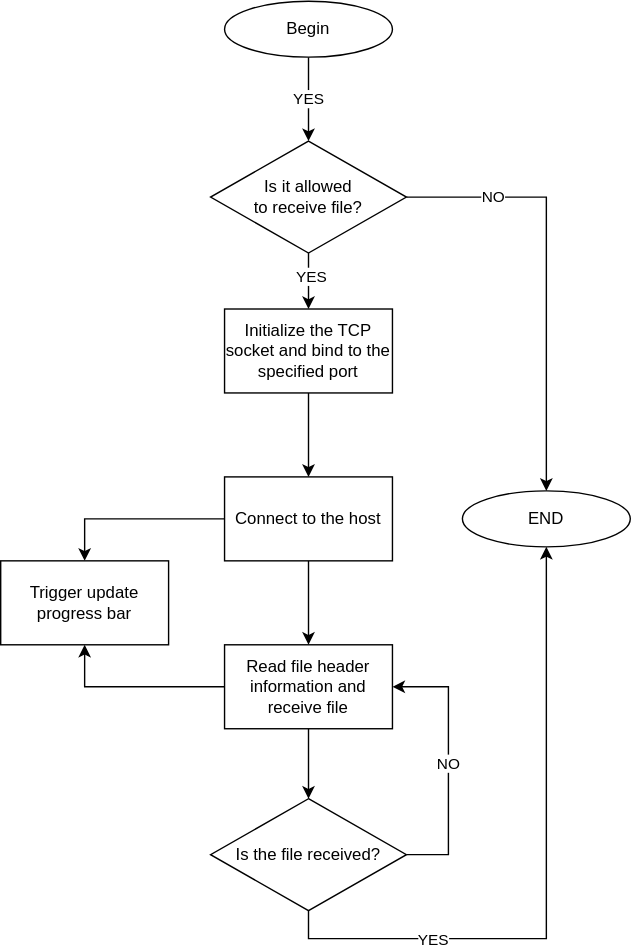
Earlier version of the draw.io export doc/pic/README/tcp_getter.svg (NekoSilverFox/PolyChat). Source tidied: cells renumbered, new cells last; positions are measured from the earlier drawing's top-left corner, leaving out a move shared by most shapes. Source of this version:
```xml
<mxGraphModel>
  <root>
    <mxCell id="0" />
    <mxCell id="1" parent="0" />
    <mxCell id="2" value="YES" style="edgeStyle=orthogonalEdgeStyle;rounded=0;jettySize=auto;html=1;exitX=0.5;exitY=1;exitDx=0;exitDy=0;entryX=0.5;entryY=0;entryDx=0;entryDy=0;" parent="1" edge="1" source="3" target="9">
      <mxGeometry relative="1" as="geometry" />
    </mxCell>
    <mxCell id="3" value="Begin" style="ellipse;whiteSpace=wrap;html=1;" parent="1" vertex="1">
      <mxGeometry x="160" width="120" height="40" as="geometry" />
    </mxCell>
    <mxCell id="4" style="edgeStyle=orthogonalEdgeStyle;rounded=0;jettySize=auto;html=1;" parent="1" edge="1" source="5" target="12">
      <mxGeometry relative="1" as="geometry" />
    </mxCell>
    <mxCell id="5" value="Initialize the TCP socket and bind to the specified port" style="whiteSpace=wrap;html=1;" parent="1" vertex="1">
      <mxGeometry x="160" y="220" width="120" height="60" as="geometry" />
    </mxCell>
    <mxCell id="6" value="NO" style="edgeStyle=orthogonalEdgeStyle;rounded=0;jettySize=auto;html=1;exitX=1;exitY=0.5;exitDx=0;exitDy=0;entryX=0.5;entryY=0;entryDx=0;entryDy=0;" parent="1" edge="1" source="9" target="21">
      <mxGeometry x="-0.6" relative="1" as="geometry" />
    </mxCell>
    <mxCell id="7" style="edgeStyle=orthogonalEdgeStyle;rounded=0;jettySize=auto;html=1;exitX=0.5;exitY=1;exitDx=0;exitDy=0;entryX=0.5;entryY=0;entryDx=0;entryDy=0;" parent="1" edge="1" source="9" target="5">
      <mxGeometry relative="1" as="geometry" />
    </mxCell>
    <mxCell id="8" value="YES" style="edgeLabel;html=1;align=center;verticalAlign=middle;" parent="7" vertex="1">
      <mxGeometry x="-0.2" y="1" relative="1" as="geometry" />
    </mxCell>
    <mxCell id="9" value="Is it allowed &lt;br&gt;to receive file?" style="rhombus;whiteSpace=wrap;html=1;" parent="1" vertex="1">
      <mxGeometry x="150" y="100" width="140" height="80" as="geometry" />
    </mxCell>
    <mxCell id="10" style="edgeStyle=orthogonalEdgeStyle;rounded=0;jettySize=auto;html=1;" parent="1" edge="1" source="12" target="15">
      <mxGeometry relative="1" as="geometry" />
    </mxCell>
    <mxCell id="11" style="edgeStyle=orthogonalEdgeStyle;rounded=0;jettySize=auto;html=1;exitX=0;exitY=0.5;exitDx=0;exitDy=0;entryX=0.5;entryY=0;entryDx=0;entryDy=0;" parent="1" edge="1" source="12" target="16">
      <mxGeometry relative="1" as="geometry" />
    </mxCell>
    <mxCell id="12" value="Connect to the host" style="whiteSpace=wrap;html=1;" parent="1" vertex="1">
      <mxGeometry x="160" y="340" width="120" height="60" as="geometry" />
    </mxCell>
    <mxCell id="13" style="edgeStyle=orthogonalEdgeStyle;rounded=0;jettySize=auto;html=1;" parent="1" edge="1" source="15" target="20">
      <mxGeometry relative="1" as="geometry" />
    </mxCell>
    <mxCell id="14" style="edgeStyle=orthogonalEdgeStyle;rounded=0;jettySize=auto;html=1;exitX=0;exitY=0.5;exitDx=0;exitDy=0;entryX=0.5;entryY=1;entryDx=0;entryDy=0;" parent="1" edge="1" source="15" target="16">
      <mxGeometry relative="1" as="geometry" />
    </mxCell>
    <mxCell id="15" value="Read file header information and receive file" style="whiteSpace=wrap;html=1;" parent="1" vertex="1">
      <mxGeometry x="160" y="460" width="120" height="60" as="geometry" />
    </mxCell>
    <mxCell id="16" value="Trigger update progress bar" style="whiteSpace=wrap;html=1;" parent="1" vertex="1">
      <mxGeometry y="400" width="120" height="60" as="geometry" />
    </mxCell>
    <mxCell id="17" value="NO" style="edgeStyle=orthogonalEdgeStyle;rounded=0;jettySize=auto;html=1;exitX=1;exitY=0.5;exitDx=0;exitDy=0;entryX=1;entryY=0.5;entryDx=0;entryDy=0;" parent="1" edge="1" source="20" target="15">
      <mxGeometry relative="1" as="geometry">
        <Array as="points">
          <mxPoint x="320" y="610" />
          <mxPoint x="320" y="490" />
        </Array>
      </mxGeometry>
    </mxCell>
    <mxCell id="18" style="edgeStyle=orthogonalEdgeStyle;rounded=0;jettySize=auto;html=1;exitX=0.5;exitY=1;exitDx=0;exitDy=0;entryX=0.5;entryY=1;entryDx=0;entryDy=0;" parent="1" edge="1" source="20" target="21">
      <mxGeometry relative="1" as="geometry" />
    </mxCell>
    <mxCell id="19" value="YES" style="edgeLabel;html=1;align=center;verticalAlign=middle;" parent="18" vertex="1">
      <mxGeometry x="-0.54" relative="1" as="geometry" />
    </mxCell>
    <mxCell id="20" value="Is the file received?" style="rhombus;whiteSpace=wrap;html=1;" parent="1" vertex="1">
      <mxGeometry x="150" y="570" width="140" height="80" as="geometry" />
    </mxCell>
    <mxCell id="21" value="END" style="ellipse;whiteSpace=wrap;html=1;" parent="1" vertex="1">
      <mxGeometry x="330" y="350" width="120" height="40" as="geometry" />
    </mxCell>
  </root>
</mxGraphModel>
```
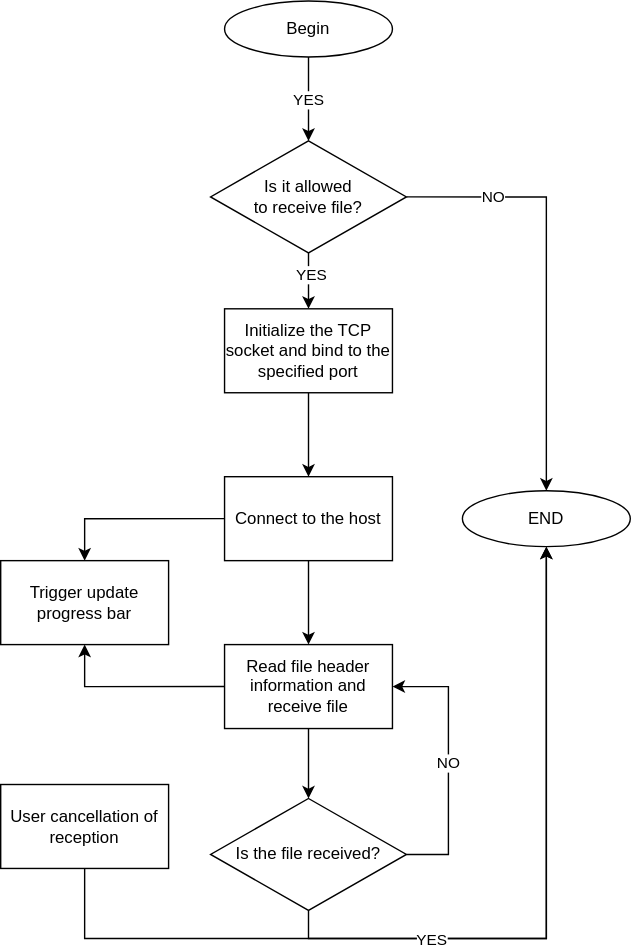
The same file after the commit.

What changed in the source:
```diff
@@ -58,14 +58,25 @@
     <mxCell id="18" style="edgeStyle=orthogonalEdgeStyle;rounded=0;jettySize=auto;html=1;exitX=0.5;exitY=1;exitDx=0;exitDy=0;entryX=0.5;entryY=1;entryDx=0;entryDy=0;" parent="1" edge="1" source="20" target="21">
       <mxGeometry relative="1" as="geometry" />
     </mxCell>
-    <mxCell id="19" value="YES" style="edgeLabel;html=1;align=center;verticalAlign=middle;" parent="18" vertex="1">
-      <mxGeometry x="-0.54" relative="1" as="geometry" />
-    </mxCell>
     <mxCell id="20" value="Is the file received?" style="rhombus;whiteSpace=wrap;html=1;" parent="1" vertex="1">
       <mxGeometry x="150" y="570" width="140" height="80" as="geometry" />
     </mxCell>
     <mxCell id="21" value="END" style="ellipse;whiteSpace=wrap;html=1;" parent="1" vertex="1">
       <mxGeometry x="330" y="350" width="120" height="40" as="geometry" />
     </mxCell>
+    <mxCell id="22" style="edgeStyle=orthogonalEdgeStyle;rounded=0;jettySize=auto;html=1;exitX=0.5;exitY=1;exitDx=0;exitDy=0;entryX=0.5;entryY=1;entryDx=0;entryDy=0;" parent="1" edge="1" source="23" target="21">
+      <mxGeometry relative="1" as="geometry">
+        <Array as="points">
+          <mxPoint x="60" y="670" />
+          <mxPoint x="390" y="670" />
+        </Array>
+      </mxGeometry>
+    </mxCell>
+    <mxCell id="19" value="YES" style="edgeLabel;html=1;align=center;verticalAlign=middle;" parent="22" vertex="1">
+      <mxGeometry x="-0.1" relative="1" as="geometry" />
+    </mxCell>
+    <mxCell id="23" value="User cancellation of reception" style="rounded=0;whiteSpace=wrap;html=1;" parent="1" vertex="1">
+      <mxGeometry y="560" width="120" height="60" as="geometry" />
+    </mxCell>
   </root>
 </mxGraphModel>
```
